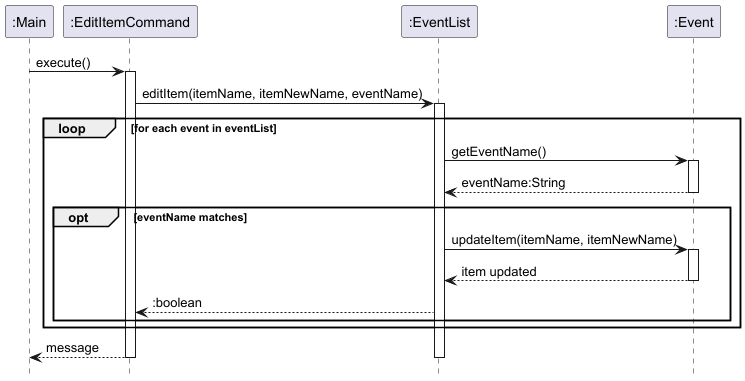
Before: docs/images/EditItemCommandSequenceDiagram.png, a diagram exported from PlantUML (nus-cs2113-AY2425S1/tp).
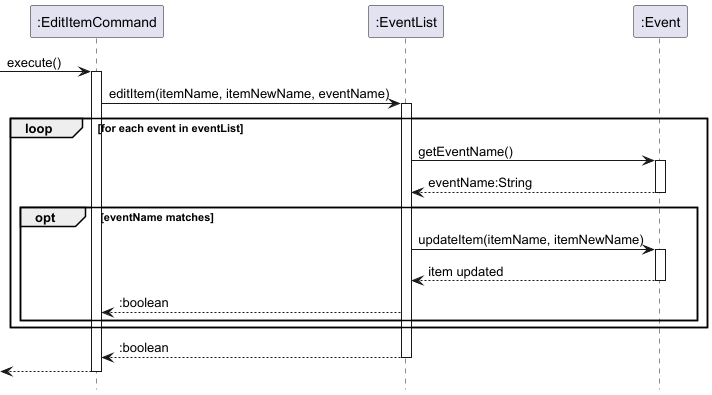
Above is the later version.

What changed in the source:
```diff
@@ -1,12 +1,11 @@
 @startuml
 hide footbox
 
-participant ":Main" as main
 participant ":EditItemCommand" as editCommand
 participant ":EventList" as eventList
 participant ":Event" as event
 
-main -> editCommand : execute()
+[-> editCommand : execute()
 activate editCommand
 
 editCommand -> eventList : editItem(itemName, itemNewName, eventName)
@@ -29,8 +28,8 @@
 
 end
 
+return :boolean
 
-editCommand --> main : message
-deactivate eventList
-deactivate editCommand
+return
+
 @enduml
```
